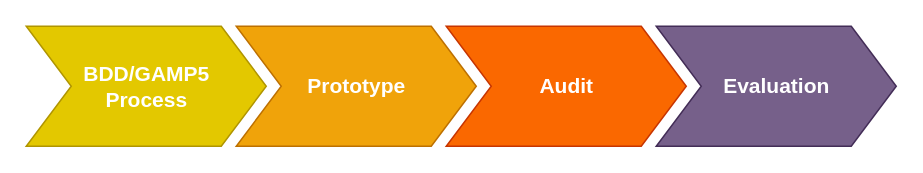
Before: documentation/Approach_Figure1.drawio in sableu/BDD4OQ, a draw.io diagram. Source tidied: cells renumbered, new cells numbered last; positions are measured from the earlier drawing's top-left corner, leaving out a move shared by most shapes. Both pictures are drawn from the tidied source at 150%, with x=0, y=0 at pixel (26, 26).
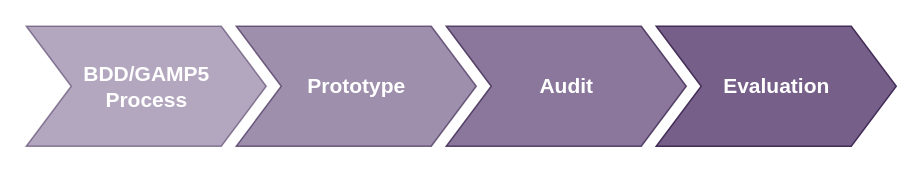
Above is the later version.

What changed in the source:
```diff
@@
 <mxGraphModel>
   <root>
     <mxCell id="0" />
     <mxCell id="1" parent="0" />
-    <mxCell id="2" value="&lt;b style=&quot;font-size: 14px&quot;&gt;BDD/GAMP5&lt;br&gt;Process&lt;/b&gt;" style="html=1;shadow=0;dashed=0;align=center;verticalAlign=middle;shape=mxgraph.arrows2.arrow;dy=0;dx=30;notch=30;fillColor=#e3c800;strokeColor=#B09500;fontColor=#ffffff;" parent="1" vertex="1">
+    <mxCell id="2" value="&lt;b style=&quot;font-size: 14px&quot;&gt;BDD/GAMP5&lt;br&gt;Process&lt;/b&gt;" style="html=1;shadow=0;dashed=0;align=center;verticalAlign=middle;shape=mxgraph.arrows2.arrow;dy=0;dx=30;notch=30;fillColor=#76608a;strokeColor=#432D57;fontColor=#ffffff;opacity=55;" parent="1" vertex="1">
       <mxGeometry width="160" height="80" as="geometry" />
     </mxCell>
-    <mxCell id="3" value="&lt;span style=&quot;font-size: 14px&quot;&gt;&lt;b&gt;Prototype&lt;/b&gt;&lt;/span&gt;" style="html=1;shadow=0;dashed=0;align=center;verticalAlign=middle;shape=mxgraph.arrows2.arrow;dy=0;dx=30;notch=30;fillColor=#f0a30a;strokeColor=#BD7000;fontColor=#ffffff;" parent="1" vertex="1">
+    <mxCell id="3" value="&lt;span style=&quot;font-size: 14px&quot;&gt;&lt;b&gt;Prototype&lt;/b&gt;&lt;/span&gt;" style="html=1;shadow=0;dashed=0;align=center;verticalAlign=middle;shape=mxgraph.arrows2.arrow;dy=0;dx=30;notch=30;fillColor=#76608a;strokeColor=#432D57;fontColor=#ffffff;opacity=70;" parent="1" vertex="1">
       <mxGeometry x="140" width="160" height="80" as="geometry" />
     </mxCell>
-    <mxCell id="4" value="&lt;span style=&quot;font-size: 14px&quot;&gt;&lt;b&gt;Audit&lt;/b&gt;&lt;/span&gt;" style="html=1;shadow=0;dashed=0;align=center;verticalAlign=middle;shape=mxgraph.arrows2.arrow;dy=0;dx=30;notch=30;fillColor=#fa6800;strokeColor=#C73500;fontColor=#ffffff;" parent="1" vertex="1">
+    <mxCell id="4" value="&lt;span style=&quot;font-size: 14px&quot;&gt;&lt;b&gt;Audit&lt;/b&gt;&lt;/span&gt;" style="html=1;shadow=0;dashed=0;align=center;verticalAlign=middle;shape=mxgraph.arrows2.arrow;dy=0;dx=30;notch=30;fillColor=#76608a;strokeColor=#432D57;fontColor=#ffffff;opacity=85;" parent="1" vertex="1">
       <mxGeometry x="280" width="160" height="80" as="geometry" />
     </mxCell>
     <mxCell id="5" value="&lt;span style=&quot;font-size: 14px&quot;&gt;&lt;b&gt;Evaluation&lt;/b&gt;&lt;/span&gt;" style="html=1;shadow=0;dashed=0;align=center;verticalAlign=middle;shape=mxgraph.arrows2.arrow;dy=0;dx=30;notch=30;fillColor=#76608a;strokeColor=#432D57;fontColor=#ffffff;" parent="1" vertex="1">
       <mxGeometry x="420" width="160" height="80" as="geometry" />
     </mxCell>
   </root>
 </mxGraphModel>
```
